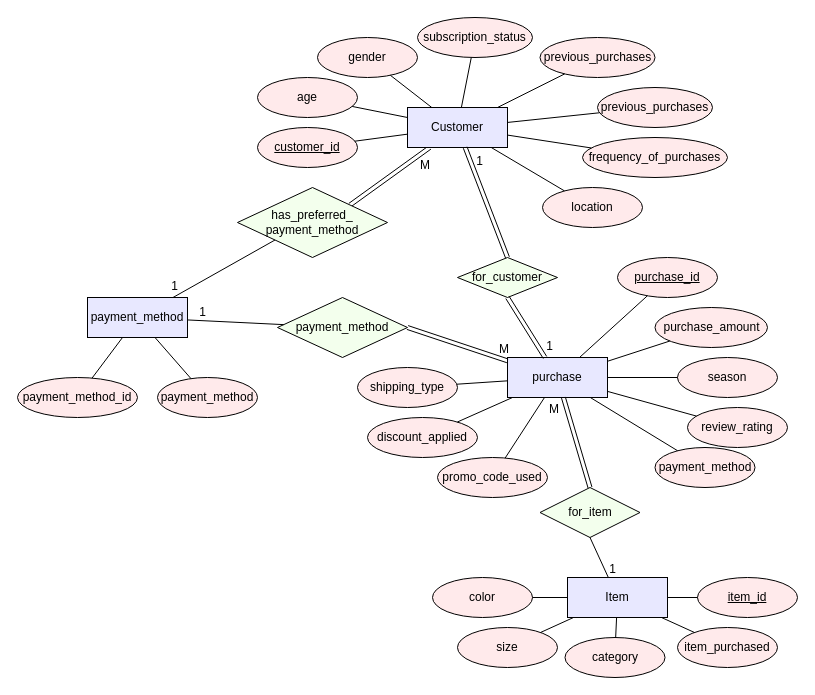
Earlier version of the draw.io diagram diagrams/shopping_trends_chen.drawio (quoll/608_SQL). Source tidied: cells renumbered, new cells numbered last; positions are measured from the earlier drawing's top-left corner, leaving out a move shared by most shapes. Both pictures are drawn from the tidied source at 100%, with x=0, y=0 at pixel (17, 17).
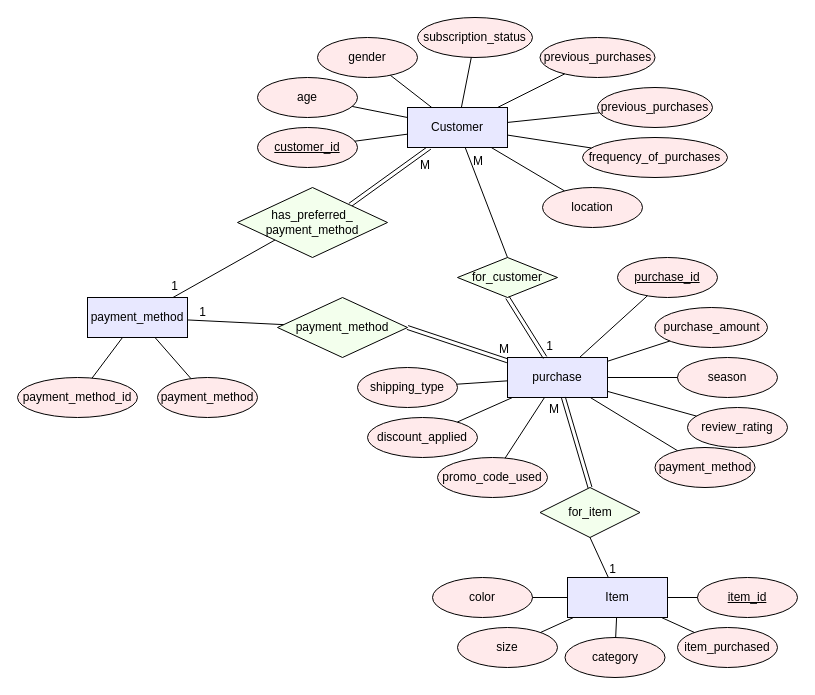
After the change.

Unchanged cells that the change refers to:
```xml
<mxCell id="7" value="Customer" style="whiteSpace=wrap;html=1;align=center;fillColor=#E8E8FF;" parent="1" vertex="1">
  <mxGeometry x="390" y="90" width="100" height="40" as="geometry" />
</mxCell>
<mxCell id="12" value="for_customer" style="shape=rhombus;perimeter=rhombusPerimeter;whiteSpace=wrap;html=1;align=center;fillColor=#F3FFED;" parent="1" vertex="1">
  <mxGeometry x="440" y="240" width="100" height="40" as="geometry" />
</mxCell>
```

The edit, as a diff of the source:
```diff
@@
-    <mxCell id="33" style="shape=link;html=1;rounded=0;exitX=0.5;exitY=0;exitDx=0;exitDy=0;" parent="1" edge="1" source="12" target="7">
+    <mxCell id="33" style="html=1;rounded=0;exitX=0.5;exitY=0;exitDx=0;exitDy=0;endArrow=none;startFill=0;" parent="1" edge="1" source="12" target="7">
       <mxGeometry relative="1" as="geometry" />
     </mxCell>
-    <mxCell id="34" value="1" style="html=1;whiteSpace=wrap;align=right;verticalAlign=bottom;" parent="33" vertex="1">
+    <mxCell id="34" value="M" style="html=1;whiteSpace=wrap;align=right;verticalAlign=bottom;" parent="33" vertex="1">
       <mxGeometry x="1" relative="1" as="geometry">
         <mxPoint x="19" y="22" as="offset" />
       </mxGeometry>
     </mxCell>
```
